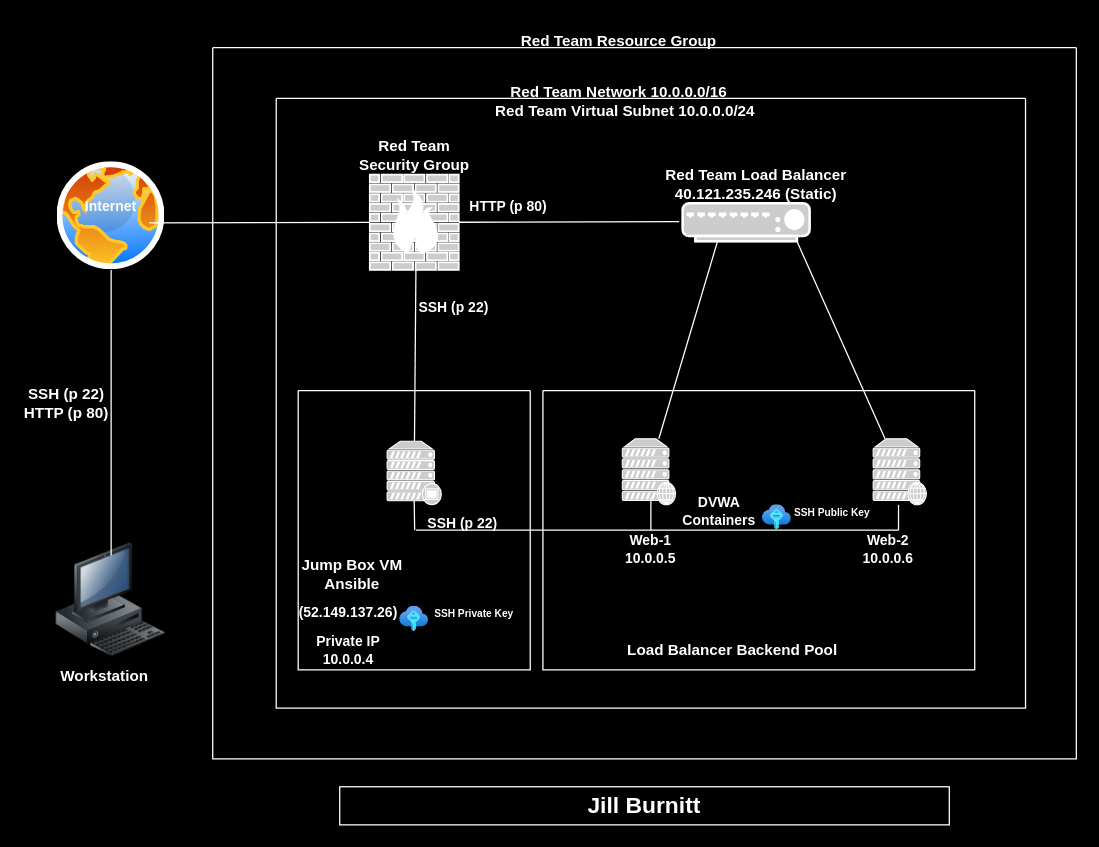
Before: Cloud Security.drawio in JillBurnitt/JillBurnitt, a draw.io diagram. Source tidied: cells renumbered, new cells numbered last; positions are measured from the earlier drawing's top-left corner, leaving out a move shared by most shapes. Both pictures are drawn from the tidied source at 127%, with x=0, y=0 at pixel (22, 22).
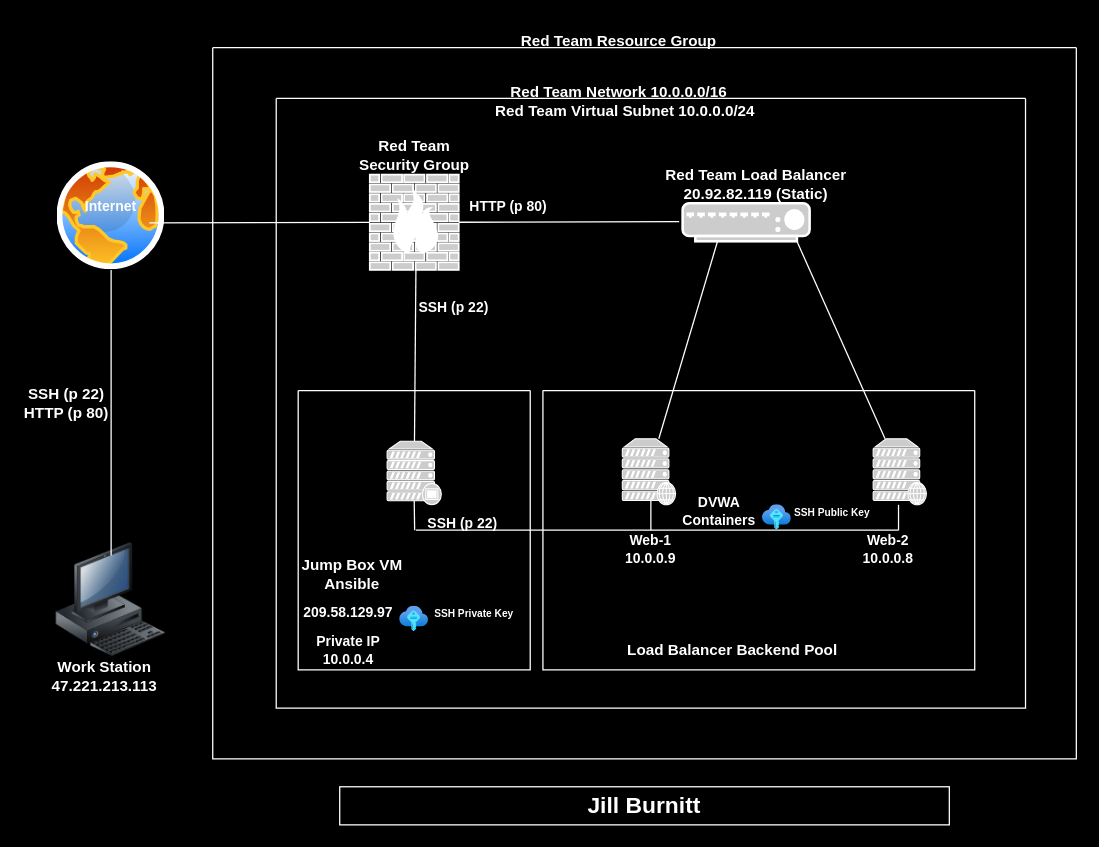
After the change.

Unchanged cells that the change refers to:
```xml
<mxCell id="6" style="swimlane;startSize=0;fontColor=#FFFFFF;strokeColor=#FFFFFF;" parent="1" vertex="1">
  <mxGeometry x="200" y="60" width="590" height="480" as="geometry" />
</mxCell>
<mxCell id="9" style="swimlane;startSize=0;strokeColor=#FFFFFF;fontColor=#FFFFFF;" parent="6" vertex="1">
  <mxGeometry x="17.3" y="230" width="182.7" height="220" as="geometry" />
</mxCell>
<mxCell id="18" style="swimlane;startSize=0;strokeColor=#FFFFFF;fontColor=#FFFFFF;" parent="6" vertex="1">
  <mxGeometry x="210" y="230" width="340" height="220" as="geometry" />
</mxCell>
```

Diff of the diagram source:
```diff
@@
-    <mxCell id="17" value="&lt;b&gt;(52.149.137.26)&lt;/b&gt;" style="text;html=1;strokeColor=none;fillColor=none;align=center;verticalAlign=middle;whiteSpace=wrap;rounded=0;fontSize=11;fontColor=#FFFFFF;" parent="9" vertex="1">
+    <mxCell id="17" value="&lt;b&gt;209.58.129.97&lt;/b&gt;" style="text;html=1;strokeColor=none;fillColor=none;align=center;verticalAlign=middle;whiteSpace=wrap;rounded=0;fontSize=11;fontColor=#FFFFFF;" parent="9" vertex="1">
       <mxGeometry y="160" width="80" height="30" as="geometry" />
     </mxCell>
@@
-    <mxCell id="23" value="&lt;div&gt;&lt;b&gt;Web-1 10.0.0.5&lt;br&gt;&lt;/b&gt;&lt;/div&gt;" style="text;html=1;strokeColor=none;fillColor=none;align=center;verticalAlign=middle;whiteSpace=wrap;rounded=0;fontSize=11;fontColor=#FFFFFF;" parent="18" vertex="1">
+    <mxCell id="23" value="&lt;div&gt;&lt;b&gt;Web-1 10.0.0.9&lt;br&gt;&lt;/b&gt;&lt;/div&gt;" style="text;html=1;strokeColor=none;fillColor=none;align=center;verticalAlign=middle;whiteSpace=wrap;rounded=0;fontSize=11;fontColor=#FFFFFF;" parent="18" vertex="1">
       <mxGeometry x="55" y="110" width="60" height="30" as="geometry" />
     </mxCell>
-    <mxCell id="24" value="&lt;b&gt;Web-2&lt;/b&gt; &lt;b&gt;10.0.0.6&lt;/b&gt;" style="text;html=1;strokeColor=none;fillColor=none;align=center;verticalAlign=middle;whiteSpace=wrap;rounded=0;fontSize=11;fontColor=#FFFFFF;" parent="18" vertex="1">
+    <mxCell id="24" value="&lt;b&gt;Web-2&lt;/b&gt; &lt;b&gt;10.0.0.8&lt;/b&gt;" style="text;html=1;strokeColor=none;fillColor=none;align=center;verticalAlign=middle;whiteSpace=wrap;rounded=0;fontSize=11;fontColor=#FFFFFF;" parent="18" vertex="1">
       <mxGeometry x="242" y="110" width="60" height="30" as="geometry" />
     </mxCell>
@@
-    <mxCell id="29" value="&lt;div&gt;&lt;b&gt;Red Team Load Balancer 40.121.235.246 (Static)&lt;br&gt;&lt;/b&gt;&lt;/div&gt;" style="text;html=1;strokeColor=none;fillColor=none;align=center;verticalAlign=middle;whiteSpace=wrap;rounded=0;fontColor=#FFFFFF;" parent="6" vertex="1">
+    <mxCell id="29" value="&lt;div&gt;&lt;b&gt;Red Team Load Balancer 20.92.82.119 (Static)&lt;br&gt;&lt;/b&gt;&lt;/div&gt;" style="text;html=1;strokeColor=none;fillColor=none;align=center;verticalAlign=middle;whiteSpace=wrap;rounded=0;fontColor=#FFFFFF;" parent="6" vertex="1">
       <mxGeometry x="297.5" y="52.5" width="160" height="30" as="geometry" />
     </mxCell>
@@
-    <mxCell id="40" value="&lt;font style=&quot;font-size: 12px&quot;&gt;&lt;b&gt;Workstation&lt;/b&gt;&lt;/font&gt;" style="text;html=1;strokeColor=none;fillColor=none;align=center;verticalAlign=middle;whiteSpace=wrap;rounded=0;fontSize=8;fontColor=#FFFFFF;" parent="1" vertex="1">
+    <mxCell id="40" value="&lt;span style=&quot;font-size: 12px;&quot;&gt;&lt;b&gt;Work Station&lt;br&gt;47.221.213.113&lt;br&gt;&lt;/b&gt;&lt;/span&gt;" style="text;html=1;strokeColor=none;fillColor=none;align=center;verticalAlign=middle;whiteSpace=wrap;rounded=0;fontSize=8;fontColor=#FFFFFF;" parent="1" vertex="1">
       <mxGeometry x="30" y="500" width="70" height="30" as="geometry" />
     </mxCell>
```
